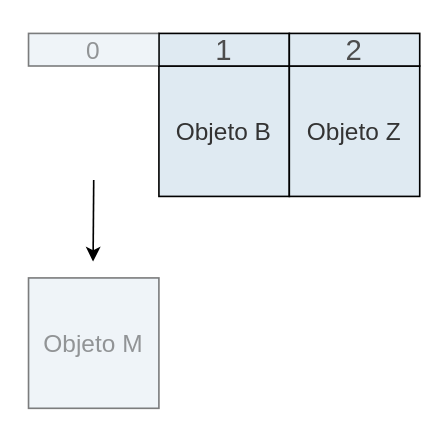
Above: page "horizontal-4" (11 of 12) of teoria/04_estructuras_y_algoritmos/imgs/02/pilas.drawio in ee-unr/programacion-2 (draw.io), before the change. Source tidied: cells renumbered, new cells numbered last; positions are measured from the earlier drawing's top-left corner, leaving out a move shared by most shapes. Both pictures are drawn from the tidied source at 163%, with x=0, y=0 at pixel (28, 33).
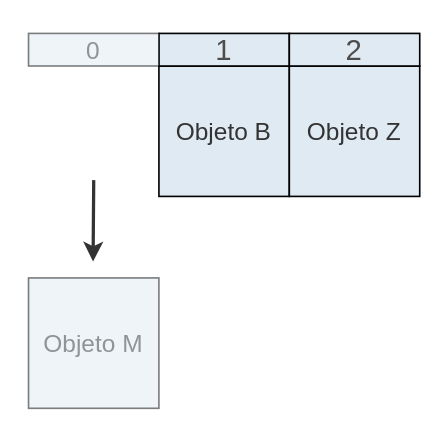
Above is the later version.

What changed in the source:
```diff
@@
 <mxGraphModel>
   <root>
     <mxCell id="0" />
     <mxCell id="1" parent="0" />
     <mxCell id="2" value="&lt;span style=&quot;color: rgb(51, 51, 51); font-family: &amp;quot;Cascadia Code&amp;quot;;&quot;&gt;&lt;font style=&quot;font-size: 15px;&quot;&gt;Objeto B&lt;/font&gt;&lt;/span&gt;" style="rounded=0;whiteSpace=wrap;html=1;strokeWidth=1;fillColor=#DFEAF2;" parent="1" vertex="1">
       <mxGeometry x="80" y="20" width="80" height="80" as="geometry" />
     </mxCell>
     <mxCell id="3" value="&lt;span style=&quot;color: rgb(51, 51, 51); font-family: &amp;quot;Cascadia Code&amp;quot;;&quot;&gt;&lt;font style=&quot;font-size: 15px;&quot;&gt;Objeto Z&lt;/font&gt;&lt;/span&gt;" style="rounded=0;whiteSpace=wrap;html=1;strokeWidth=1;fillColor=#DFEAF2;" parent="1" vertex="1">
       <mxGeometry x="160" y="20" width="80" height="80" as="geometry" />
     </mxCell>
     <mxCell id="4" value="&lt;font face=&quot;Cascadia Code&quot; color=&quot;#4d4d4d&quot;&gt;&lt;span style=&quot;font-size: 18px;&quot;&gt;1&lt;/span&gt;&lt;/font&gt;" style="rounded=0;whiteSpace=wrap;html=1;strokeWidth=1;fillColor=#DFEAF2;fontSize=22;" parent="1" vertex="1">
       <mxGeometry x="80" width="80" height="20" as="geometry" />
     </mxCell>
     <mxCell id="5" value="&lt;font face=&quot;Cascadia Code&quot; color=&quot;#4d4d4d&quot;&gt;&lt;span style=&quot;font-size: 18px;&quot;&gt;2&lt;/span&gt;&lt;/font&gt;" style="rounded=0;whiteSpace=wrap;html=1;strokeWidth=1;fillColor=#DFEAF2;fontSize=22;" parent="1" vertex="1">
       <mxGeometry x="160" width="80" height="20" as="geometry" />
     </mxCell>
     <mxCell id="6" value="&lt;font style=&quot;font-size: 15px; color: rgba(51, 51, 51, 0.5);&quot;&gt;Objeto M&lt;/font&gt;" style="rounded=0;whiteSpace=wrap;html=1;strokeWidth=1;fontFamily=Cascadia Code;rotation=0;fillColor=#DFEAF280;strokeColor=light-dark(#00000080,#000000);gradientColor=none;" parent="1" vertex="1">
       <mxGeometry y="150" width="80" height="80" as="geometry" />
     </mxCell>
     <mxCell id="7" value="&lt;font style=&quot;font-size: 15px; color: rgba(51, 51, 51, 0.5);&quot;&gt;0&lt;/font&gt;" style="rounded=0;whiteSpace=wrap;html=1;strokeWidth=1;fontFamily=Cascadia Code;rotation=0;fillColor=#DFEAF280;strokeColor=light-dark(#00000080,#000000);gradientColor=none;" parent="1" vertex="1">
       <mxGeometry width="80" height="20" as="geometry" />
     </mxCell>
-    <mxCell id="8" style="endArrow=classic;html=1;rounded=0;" parent="1" edge="1">
+    <mxCell id="8" style="endArrow=classic;html=1;rounded=0;strokeWidth=2;strokeColor=light-dark(#333333,#333333);" parent="1" edge="1">
       <mxGeometry relative="1" as="geometry">
         <mxPoint x="40" y="90" as="sourcePoint" />
         <mxPoint x="39.6" y="140" as="targetPoint" />
       </mxGeometry>
     </mxCell>
   </root>
 </mxGraphModel>
```
